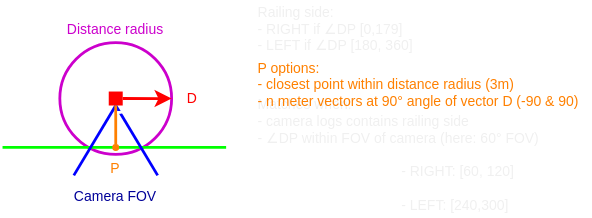
Earlier version of the draw.io export docs/diagrams/railing-matching.drawio.svg (triosnok/isi-planning-tool). Source tidied: cells renumbered, new cells last; positions are measured from the earlier drawing's top-left corner, leaving out a move shared by most shapes.
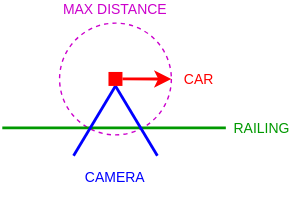
The same file after the commit.

Commit message:
docs: update matching diagram

What changed in the source:
```diff
@@ -2,10 +2,10 @@
   <root>
     <mxCell id="0" />
     <mxCell id="1" parent="0" />
-    <mxCell id="2" style="ellipse;whiteSpace=wrap;html=1;fillColor=none;fontColor=#ffffff;strokeColor=#CC00CC;strokeWidth=2;" parent="1" vertex="1">
+    <mxCell id="2" style="ellipse;whiteSpace=wrap;html=1;fillColor=none;fontColor=#ffffff;strokeColor=#CC00CC;strokeWidth=1;dashed=1;" parent="1" vertex="1">
       <mxGeometry x="41" y="30" width="80" height="80" as="geometry" />
     </mxCell>
-    <mxCell id="3" style="endArrow=none;html=1;strokeColor=#00FF00;strokeWidth=2;" parent="1" edge="1">
+    <mxCell id="3" style="endArrow=none;html=1;strokeColor=#009900;strokeWidth=2;" parent="1" edge="1">
       <mxGeometry relative="1" as="geometry">
         <mxPoint y="105" as="sourcePoint" />
         <mxPoint x="160" y="105" as="targetPoint" />
@@ -27,41 +27,17 @@
     <mxCell id="7" style="rounded=0;whiteSpace=wrap;html=1;rotation=0;strokeWidth=2;strokeColor=none;fillColor=#FF0000;" parent="1" vertex="1">
       <mxGeometry x="76" y="65" width="10" height="10" as="geometry" />
     </mxCell>
-    <mxCell id="8" value="&lt;p style=&quot;line-height: 100%;&quot;&gt;&lt;font color=&quot;#ff0000&quot; style=&quot;font-size: 10px;&quot;&gt;D&lt;/font&gt;&lt;/p&gt;" style="text;html=1;strokeColor=none;fillColor=none;align=center;verticalAlign=middle;whiteSpace=wrap;rounded=0;strokeWidth=2;" parent="1" vertex="1">
-      <mxGeometry x="131" y="65" width="10" height="10" as="geometry" />
+    <mxCell id="8" value="&lt;p style=&quot;line-height: 100%;&quot;&gt;&lt;font color=&quot;#ff0000&quot; style=&quot;font-size: 10px;&quot;&gt;CAR&lt;/font&gt;&lt;/p&gt;" style="text;html=1;strokeColor=none;fillColor=none;align=center;verticalAlign=middle;whiteSpace=wrap;rounded=0;strokeWidth=2;" parent="1" vertex="1">
+      <mxGeometry x="131" y="65" width="20" height="10" as="geometry" />
     </mxCell>
-    <mxCell id="9" style="endArrow=none;html=1;strokeColor=#FF8000;exitX=0.5;exitY=0;exitDx=0;exitDy=0;strokeWidth=2;entryX=0.5;entryY=1;entryDx=0;entryDy=0;" parent="1" edge="1" source="10" target="7">
-      <mxGeometry relative="1" as="geometry" />
-    </mxCell>
-    <mxCell id="10" style="ellipse;whiteSpace=wrap;html=1;fillColor=#FF8000;strokeColor=#FF8000;" parent="1" vertex="1">
-      <mxGeometry x="79" y="103" width="4" height="4" as="geometry" />
-    </mxCell>
-    <mxCell id="11" value="&lt;p style=&quot;line-height: 100%;&quot;&gt;&lt;font color=&quot;#cc00cc&quot;&gt;Distance radius&lt;/font&gt;&lt;/p&gt;" style="text;html=1;strokeColor=none;fillColor=none;align=center;verticalAlign=middle;whiteSpace=wrap;rounded=0;strokeWidth=2;fontSize=10;fontColor=#FF0000;" parent="1" vertex="1">
-      <mxGeometry x="41" y="15" width="80" height="10" as="geometry" />
+    <mxCell id="11" value="&lt;font color=&quot;#cc00cc&quot;&gt;MAX DISTANCE&lt;/font&gt;" style="text;html=1;strokeColor=none;fillColor=none;align=center;verticalAlign=middle;whiteSpace=wrap;rounded=0;strokeWidth=2;fontSize=10;fontColor=#FF0000;" parent="1" vertex="1">
+      <mxGeometry x="31" y="15" width="100" height="10" as="geometry" />
     </mxCell>
-    <mxCell id="12" style="curved=1;endArrow=none;html=1;strokeColor=#FFFFFF;strokeWidth=2;endFill=0;" parent="1" edge="1">
-      <mxGeometry relative="1" as="geometry">
-        <mxPoint x="82" y="80" as="sourcePoint" />
-        <mxPoint x="92" y="71" as="targetPoint" />
-        <Array as="points">
-          <mxPoint x="92" y="80" />
-        </Array>
-      </mxGeometry>
-    </mxCell>
-    <mxCell id="13" value="&lt;p style=&quot;line-height: 100%;&quot;&gt;&lt;font color=&quot;#000099&quot;&gt;Camera FOV&lt;/font&gt;&lt;/p&gt;" style="text;html=1;strokeColor=none;fillColor=none;align=center;verticalAlign=middle;whiteSpace=wrap;rounded=0;strokeWidth=2;fontSize=10;fontColor=#FF0000;" parent="1" vertex="1">
+    <mxCell id="13" value="&lt;p style=&quot;line-height: 100%;&quot;&gt;&lt;font color=&quot;#0000ff&quot;&gt;CAMERA&lt;/font&gt;&lt;/p&gt;" style="text;html=1;strokeColor=none;fillColor=none;align=center;verticalAlign=middle;whiteSpace=wrap;rounded=0;strokeWidth=2;fontSize=10;fontColor=#FF0000;" parent="1" vertex="1">
       <mxGeometry x="41" y="135" width="80" height="10" as="geometry" />
     </mxCell>
-    <mxCell id="14" value="&lt;span style=&quot;color: rgb(240, 240, 240);&quot;&gt;Matches when:&lt;/span&gt;&lt;br style=&quot;color: rgb(240, 240, 240);&quot;&gt;&lt;span style=&quot;color: rgb(240, 240, 240);&quot;&gt;- camera logs contains railing side&lt;/span&gt;&lt;br style=&quot;color: rgb(240, 240, 240);&quot;&gt;&lt;span style=&quot;color: rgb(240, 240, 240);&quot;&gt;-&amp;nbsp;&lt;/span&gt;&lt;span style=&quot;color: rgb(240, 240, 240);&quot;&gt;∠DP&amp;nbsp;&lt;/span&gt;&lt;span style=&quot;color: rgb(240, 240, 240);&quot;&gt;within FOV of camera (here: 60° FOV)&lt;br&gt;&lt;span style=&quot;white-space: pre;&quot;&gt;&#9;&lt;/span&gt;- RIGHT: [60, 120]&lt;br&gt;&lt;/span&gt;&lt;font color=&quot;#f0f0f0&quot;&gt;&lt;span style=&quot;white-space: pre;&quot;&gt;&#9;&lt;/span&gt;- LEFT: [240,300]&lt;br&gt;&lt;/font&gt;" style="text;html=1;strokeColor=none;fillColor=none;align=left;verticalAlign=middle;whiteSpace=wrap;rounded=0;strokeWidth=2;fontSize=10;fontColor=#000099;" parent="1" vertex="1">
-      <mxGeometry x="181" y="80" width="240" height="60" as="geometry" />
-    </mxCell>
-    <mxCell id="15" value="&lt;p style=&quot;line-height: 100%;&quot;&gt;&lt;font color=&quot;#ff8000&quot; style=&quot;font-size: 10px;&quot;&gt;P&lt;/font&gt;&lt;/p&gt;" style="text;html=1;strokeColor=none;fillColor=none;align=center;verticalAlign=middle;whiteSpace=wrap;rounded=0;strokeWidth=2;" parent="1" vertex="1">
-      <mxGeometry x="76" y="115" width="10" height="10" as="geometry" />
-    </mxCell>
-    <mxCell id="16" value="&lt;font color=&quot;#ff8000&quot;&gt;P options:&lt;br&gt;- closest point within distance radius (3m)&lt;br&gt;- n meter vectors at 90° angle of vector D (-90 &amp;amp; 90)&lt;/font&gt;" style="text;html=1;strokeColor=none;fillColor=none;align=left;verticalAlign=middle;whiteSpace=wrap;rounded=0;strokeWidth=2;fontSize=10;fontColor=#000099;" parent="1" vertex="1">
-      <mxGeometry x="181" y="40" width="240" height="40" as="geometry" />
-    </mxCell>
-    <mxCell id="17" value="&lt;font color=&quot;#f0f0f0&quot;&gt;Railing side:&lt;br&gt;- RIGHT if ∠DP [0,179]&lt;br&gt;- LEFT if ∠DP [180, 360]&lt;br&gt;&lt;/font&gt;" style="text;html=1;strokeColor=none;fillColor=none;align=left;verticalAlign=middle;whiteSpace=wrap;rounded=0;strokeWidth=2;fontSize=10;fontColor=#000099;" parent="1" vertex="1">
-      <mxGeometry x="181" width="240" height="40" as="geometry" />
-    </mxCell>
+    <mxCell id="18" value="&lt;p style=&quot;line-height: 100%;&quot;&gt;&lt;font color=&quot;#009900&quot;&gt;RAILING&lt;/font&gt;&lt;/p&gt;" style="text;html=1;strokeColor=none;fillColor=none;align=center;verticalAlign=middle;whiteSpace=wrap;rounded=0;strokeWidth=2;fontSize=10;fontColor=#FF0000;" parent="1" vertex="1">
+      <mxGeometry x="161" y="100" width="50" height="10" as="geometry" />
+    </mxCell>
   </root>
 </mxGraphModel>
```
